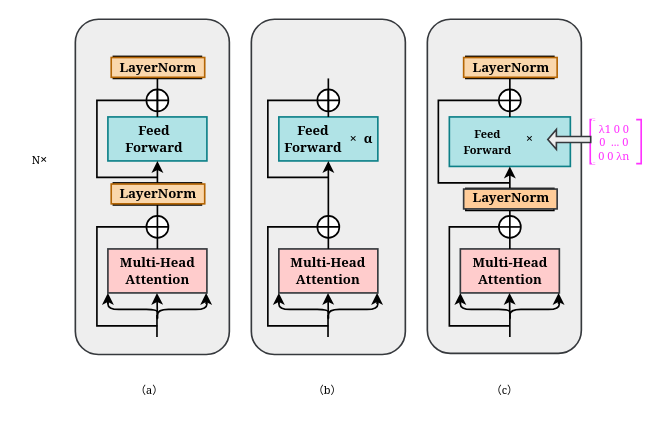
The draw.io diagram page "DMSA" (2 of 4) of mypaper_model.drawio in 628014/628014.github.io, before the edit. Source tidied: cells renumbered, new cells numbered last; positions are measured from the earlier drawing's top-left corner, leaving out a move shared by most shapes. Both pictures are drawn from the tidied source at 110%, with x=0, y=0 at pixel (19, 19).
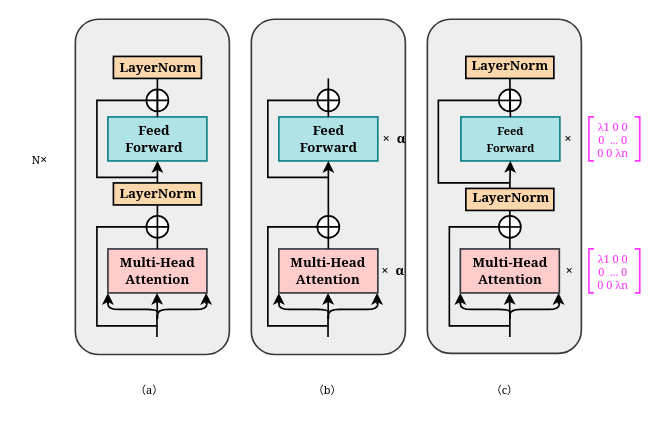
The same page after the edit.

Diff of the diagram source:
```diff
@@
-    <mxCell id="5" style="rounded=0;whiteSpace=wrap;html=1;fontFamily=Georgia;strokeWidth=1.5;fontStyle=1;" parent="1" vertex="1">
+    <mxCell id="5" style="rounded=0;whiteSpace=wrap;html=1;fontFamily=Georgia;strokeWidth=1.5;fontStyle=1;fillColor=#FAD7AC;" parent="1" vertex="1">
       <mxGeometry x="85.6" y="33.8" width="80" height="20" as="geometry" />
     </mxCell>
@@
-    <mxCell id="10" style="rounded=0;whiteSpace=wrap;html=1;fontFamily=Georgia;strokeWidth=1.5;fontStyle=1;" parent="1" vertex="1">
+    <mxCell id="10" style="rounded=0;whiteSpace=wrap;html=1;fontFamily=Georgia;strokeWidth=1.5;fontStyle=1;fillColor=#FAD7AC;" parent="1" vertex="1">
       <mxGeometry x="85.6" y="148.8" width="80" height="20" as="geometry" />
     </mxCell>
@@
-    <mxCell id="24" value="LayerNorm" style="text;html=1;align=center;verticalAlign=middle;strokeColor=#b46504;fillColor=#fad7ac;fontFamily=Georgia;strokeWidth=1.5;fontStyle=1;" parent="1" vertex="1">
+    <mxCell id="24" value="LayerNorm" style="text;html=1;align=center;verticalAlign=middle;strokeColor=none;fillColor=none;fontFamily=Georgia;strokeWidth=1.5;fontStyle=1;" parent="1" vertex="1">
       <mxGeometry x="83.6" y="149.8" width="85" height="18" as="geometry" />
     </mxCell>
@@
-    <mxCell id="26" value="LayerNorm" style="text;html=1;align=center;verticalAlign=middle;strokeColor=#b46504;fillColor=#fad7ac;fontFamily=Georgia;strokeWidth=1.5;fontStyle=1;" parent="1" vertex="1">
-      <mxGeometry x="83.6" y="34.8" width="85" height="18" as="geometry" />
-    </mxCell>
@@
     <mxCell id="44" value="Feed Forward&lt;br&gt;" style="text;html=1;strokeColor=none;fillColor=none;align=center;verticalAlign=middle;whiteSpace=wrap;rounded=0;fontFamily=Georgia;strokeWidth=1.5;fontStyle=1;" parent="1" vertex="1">
-      <mxGeometry x="241" y="98.8" width="52.5" height="20" as="geometry" />
+      <mxGeometry x="254.8" y="98.8" width="52.5" height="20" as="geometry" />
     </mxCell>
     <mxCell id="45" value="&lt;i&gt;×&lt;/i&gt;&amp;nbsp;&amp;nbsp;α" style="text;html=1;strokeColor=none;fillColor=none;align=center;verticalAlign=middle;whiteSpace=wrap;rounded=0;fontFamily=Georgia;strokeWidth=1.5;fontStyle=1;" parent="1" vertex="1">
-      <mxGeometry x="281" y="94.2" width="60" height="30" as="geometry" />
+      <mxGeometry x="340" y="94.2" width="0.7" height="30" as="geometry" />
     </mxCell>
-    <mxCell id="46" style="rounded=0;whiteSpace=wrap;html=1;fontFamily=Georgia;strokeWidth=1.5;fontStyle=1;" parent="1" vertex="1">
+    <mxCell id="46" style="rounded=0;whiteSpace=wrap;html=1;fontFamily=Georgia;strokeWidth=1.5;fontStyle=1;fillColor=#FAD7AC;" parent="1" vertex="1">
       <mxGeometry x="406" y="33.8" width="80" height="20" as="geometry" />
     </mxCell>
@@
     <mxCell id="48" style="rounded=0;whiteSpace=wrap;html=1;fontFamily=Georgia;strokeWidth=1.5;fillColor=#b0e3e6;strokeColor=#0e8088;fontStyle=1;" parent="1" vertex="1">
-      <mxGeometry x="391" y="88.8" width="110" height="45" as="geometry" />
+      <mxGeometry x="401.5" y="88.8" width="90" height="40" as="geometry" />
     </mxCell>
@@
-    <mxCell id="51" style="rounded=0;whiteSpace=wrap;html=1;fontFamily=Georgia;strokeWidth=1.5;fontStyle=1;" parent="1" vertex="1">
+    <mxCell id="51" style="rounded=0;whiteSpace=wrap;html=1;fontFamily=Georgia;strokeWidth=1.5;fontStyle=1;fillColor=#FAD7AC;" parent="1" vertex="1">
       <mxGeometry x="406" y="153.8" width="80" height="20" as="geometry" />
     </mxCell>
@@
-    <mxCell id="65" value="LayerNorm" style="text;html=1;align=center;verticalAlign=middle;strokeColor=#36393d;fillColor=#ffcc99;fontFamily=Georgia;strokeWidth=1.5;fontStyle=1;" parent="1" vertex="1">
-      <mxGeometry x="404" y="154.4" width="85" height="18" as="geometry" />
-    </mxCell>
     <mxCell id="66" value="&lt;font style=&quot;font-size: 10px&quot;&gt;Feed Forward&lt;/font&gt;" style="text;html=1;strokeColor=none;fillColor=none;align=center;verticalAlign=middle;whiteSpace=wrap;rounded=0;fontFamily=Georgia;strokeWidth=1.5;fontStyle=1;" parent="1" vertex="1">
-      <mxGeometry x="401" y="101.2" width="50" height="20" as="geometry" />
+      <mxGeometry x="421.5" y="99.2" width="50" height="20" as="geometry" />
     </mxCell>
-    <mxCell id="67" value="LayerNorm" style="text;html=1;align=center;verticalAlign=middle;strokeColor=#b46504;fillColor=#fad7ac;fontFamily=Georgia;strokeWidth=1.5;fontStyle=1;" parent="1" vertex="1">
-      <mxGeometry x="404" y="34.8" width="85" height="18" as="geometry" />
-    </mxCell>
     <mxCell id="68" value="&lt;i&gt;×&lt;/i&gt;&amp;nbsp;&amp;nbsp;" style="text;html=1;strokeColor=none;fillColor=none;align=center;verticalAlign=middle;whiteSpace=wrap;rounded=0;fontFamily=Georgia;strokeWidth=1.5;fontStyle=1;" parent="1" vertex="1">
-      <mxGeometry x="456" y="96.5" width="23" height="24.5" as="geometry" />
+      <mxGeometry x="491" y="97" width="23" height="24.5" as="geometry" />
     </mxCell>
     <mxCell id="69" style="shape=partialRectangle;whiteSpace=wrap;html=1;bottom=1;right=1;left=1;top=0;fillColor=none;routingCenterX=-0.5;fontFamily=Georgia;strokeWidth=1.5;rotation=90;fontSize=10;strokeColor=#FF33FF;fontStyle=1;" parent="1" vertex="1">
-      <mxGeometry x="501" y="109.4" width="40" height="3.8" as="geometry" />
+      <mxGeometry x="499.8" y="106.9" width="40" height="3.8" as="geometry" />
     </mxCell>
-    <mxCell id="70" value="&lt;font color=&quot;#ff33ff&quot;&gt;λ1&amp;nbsp;0&amp;nbsp;0&lt;br style=&quot;font-size: 10px&quot;&gt;0&amp;nbsp; ... 0&lt;br style=&quot;font-size: 10px&quot;&gt;0&amp;nbsp;0&amp;nbsp;λn&lt;/font&gt;" style="text;html=1;strokeColor=#FFFFFF;fillColor=none;align=center;verticalAlign=middle;whiteSpace=wrap;rounded=0;fontFamily=Georgia;fontSize=10;" parent="1" vertex="1">
-      <mxGeometry x="521" y="91.2" width="40" height="40" as="geometry" />
+    <mxCell id="70" value="&lt;font color=&quot;#ff33ff&quot;&gt;λ1&amp;nbsp;0&amp;nbsp;0&lt;br style=&quot;font-size: 10px&quot;&gt;0&amp;nbsp; ... 0&lt;br style=&quot;font-size: 10px&quot;&gt;0&amp;nbsp;0&amp;nbsp;λn&lt;/font&gt;" style="text;html=1;strokeColor=none;fillColor=none;align=center;verticalAlign=middle;whiteSpace=wrap;rounded=0;fontFamily=Georgia;fontSize=10;" parent="1" vertex="1">
+      <mxGeometry x="519.8" y="88.8" width="40" height="40" as="geometry" />
     </mxCell>
     <mxCell id="71" style="shape=partialRectangle;whiteSpace=wrap;html=1;bottom=1;right=1;left=1;top=0;fillColor=none;routingCenterX=-0.5;fontFamily=Georgia;strokeWidth=1.5;rotation=-90;fontSize=10;strokeColor=#FF33FF;" parent="1" vertex="1">
-      <mxGeometry x="543.5" y="109.4" width="40" height="3.8" as="geometry" />
+      <mxGeometry x="542.2" y="106.9" width="40" height="3.8" as="geometry" />
     </mxCell>
-    <mxCell id="72" style="shape=singleArrow;direction=north;whiteSpace=wrap;html=1;fontFamily=Georgia;fontSize=10;strokeColor=#36393d;strokeWidth=1.5;rotation=-90;fillColor=#eeeeee;fontStyle=1;" parent="1" vertex="1">
-      <mxGeometry x="491" y="89.8" width="18" height="39" as="geometry" />
-    </mxCell>
@@
+    <mxCell id="77" value="&lt;i&gt;×&lt;/i&gt;&amp;nbsp;&amp;nbsp;α" style="text;html=1;strokeColor=none;fillColor=none;align=center;verticalAlign=middle;whiteSpace=wrap;rounded=0;fontFamily=Georgia;strokeWidth=1.5;fontStyle=1;" parent="1" vertex="1">
+      <mxGeometry x="339.3" y="213.8" width="0.7" height="30" as="geometry" />
+    </mxCell>
+    <mxCell id="78" style="shape=partialRectangle;whiteSpace=wrap;html=1;bottom=1;right=1;left=1;top=0;fillColor=none;routingCenterX=-0.5;fontFamily=Georgia;strokeWidth=1.5;rotation=90;fontSize=10;strokeColor=#FF33FF;fontStyle=1;" parent="1" vertex="1">
+      <mxGeometry x="499.8" y="226.9" width="40" height="3.8" as="geometry" />
+    </mxCell>
+    <mxCell id="79" value="&lt;font color=&quot;#ff33ff&quot;&gt;λ1&amp;nbsp;0&amp;nbsp;0&lt;br style=&quot;font-size: 10px&quot;&gt;0&amp;nbsp; ... 0&lt;br style=&quot;font-size: 10px&quot;&gt;0&amp;nbsp;0&amp;nbsp;λn&lt;/font&gt;" style="text;html=1;strokeColor=none;fillColor=none;align=center;verticalAlign=middle;whiteSpace=wrap;rounded=0;fontFamily=Georgia;fontSize=10;" parent="1" vertex="1">
+      <mxGeometry x="519.8" y="208.8" width="40" height="40" as="geometry" />
+    </mxCell>
+    <mxCell id="80" style="shape=partialRectangle;whiteSpace=wrap;html=1;bottom=1;right=1;left=1;top=0;fillColor=none;routingCenterX=-0.5;fontFamily=Georgia;strokeWidth=1.5;rotation=-90;fontSize=10;strokeColor=#FF33FF;" parent="1" vertex="1">
+      <mxGeometry x="542.2" y="226.9" width="40" height="3.8" as="geometry" />
+    </mxCell>
+    <mxCell id="81" value="&lt;i&gt;×&lt;/i&gt;&amp;nbsp;&amp;nbsp;" style="text;html=1;strokeColor=none;fillColor=none;align=center;verticalAlign=middle;whiteSpace=wrap;rounded=0;fontFamily=Georgia;strokeWidth=1.5;fontStyle=1;" parent="1" vertex="1">
+      <mxGeometry x="491.5" y="216.5" width="23" height="24.5" as="geometry" />
+    </mxCell>
+    <mxCell id="82" value="LayerNorm" style="text;html=1;align=center;verticalAlign=middle;strokeColor=none;fillColor=none;fontFamily=Georgia;strokeWidth=1.5;fontStyle=1;" parent="1" vertex="1">
+      <mxGeometry x="83.6" y="34.8" width="85" height="18" as="geometry" />
+    </mxCell>
+    <mxCell id="83" value="LayerNorm" style="text;html=1;align=center;verticalAlign=middle;strokeColor=none;fillColor=none;fontFamily=Georgia;strokeWidth=1.5;fontStyle=1;" parent="1" vertex="1">
+      <mxGeometry x="403.5" y="33.8" width="85" height="18" as="geometry" />
+    </mxCell>
+    <mxCell id="84" value="LayerNorm" style="text;html=1;align=center;verticalAlign=middle;strokeColor=none;fillColor=none;fontFamily=Georgia;strokeWidth=1.5;fontStyle=1;" parent="1" vertex="1">
+      <mxGeometry x="404" y="153.8" width="85" height="18" as="geometry" />
+    </mxCell>
```
